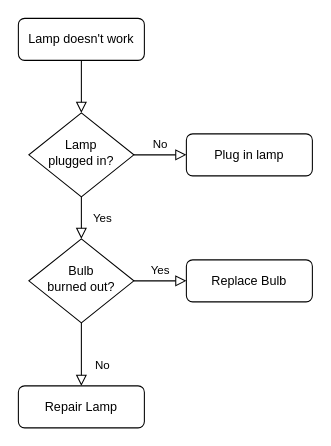
Above: Call Flow ECOSOLID : cas de l'admin.drawio in Elsa224/allVS_CODE (draw.io), before the change. Source tidied: cells renumbered, new cells numbered last; positions are measured from the earlier drawing's top-left corner, leaving out a move shared by most shapes. Both pictures are drawn from the tidied source at 105%, with x=0, y=0 at pixel (18, 18).
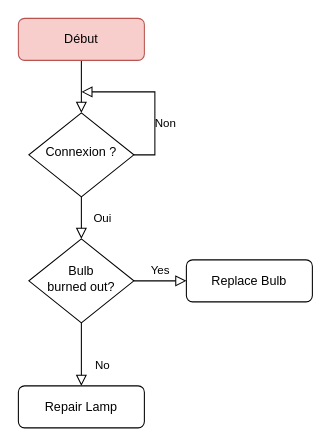
The same page after the edit.

What changed in the source:
```diff
@@
 <mxGraphModel>
   <root>
     <mxCell id="0" />
     <mxCell id="1" parent="0" />
     <mxCell id="2" style="rounded=0;html=1;jettySize=auto;fontSize=11;endArrow=block;endFill=0;endSize=8;strokeWidth=1;shadow=0;labelBackgroundColor=none;edgeStyle=orthogonalEdgeStyle;" parent="1" edge="1" source="3" target="6">
       <mxGeometry relative="1" as="geometry" />
     </mxCell>
-    <mxCell id="3" value="Lamp doesn't work" style="rounded=1;whiteSpace=wrap;html=1;fontSize=12;glass=0;strokeWidth=1;shadow=0;" parent="1" vertex="1">
+    <mxCell id="3" value="Début" style="rounded=1;whiteSpace=wrap;html=1;fontSize=12;glass=0;strokeWidth=1;shadow=0;fillColor=#f8cecc;strokeColor=#b85450;" parent="1" vertex="1">
       <mxGeometry width="120" height="40" as="geometry" />
     </mxCell>
-    <mxCell id="4" value="Yes" style="rounded=0;html=1;jettySize=auto;fontSize=11;endArrow=block;endFill=0;endSize=8;strokeWidth=1;shadow=0;labelBackgroundColor=none;edgeStyle=orthogonalEdgeStyle;" parent="1" edge="1" source="6" target="10">
+    <mxCell id="4" value="Oui" style="rounded=0;html=1;jettySize=auto;fontSize=11;endArrow=block;endFill=0;endSize=8;strokeWidth=1;shadow=0;labelBackgroundColor=none;edgeStyle=orthogonalEdgeStyle;" parent="1" edge="1" source="6" target="10">
       <mxGeometry y="20" relative="1" as="geometry" />
     </mxCell>
-    <mxCell id="5" value="No" style="edgeStyle=orthogonalEdgeStyle;rounded=0;html=1;jettySize=auto;fontSize=11;endArrow=block;endFill=0;endSize=8;strokeWidth=1;shadow=0;labelBackgroundColor=none;" parent="1" edge="1" source="6" target="7">
-      <mxGeometry y="10" relative="1" as="geometry" />
+    <mxCell id="5" value="Non" style="edgeStyle=orthogonalEdgeStyle;rounded=0;html=1;jettySize=auto;fontSize=11;endArrow=block;endFill=0;endSize=8;strokeWidth=1;shadow=0;labelBackgroundColor=none;" parent="1" edge="1" source="6">
+      <mxGeometry x="-0.33" y="-10" relative="1" as="geometry">
+        <mxPoint x="60" y="70" as="targetPoint" />
+        <Array as="points">
+          <mxPoint x="130" y="130" />
+          <mxPoint x="130" y="70" />
+        </Array>
+      </mxGeometry>
     </mxCell>
-    <mxCell id="6" value="Lamp&lt;br&gt;plugged in?" style="rhombus;whiteSpace=wrap;html=1;shadow=0;fontFamily=Helvetica;fontSize=12;align=center;strokeWidth=1;spacing=6;spacingTop=-4;" parent="1" vertex="1">
+    <mxCell id="6" value="Connexion ?" style="rhombus;whiteSpace=wrap;html=1;shadow=0;fontFamily=Helvetica;fontSize=12;align=center;strokeWidth=1;spacing=6;spacingTop=-4;" parent="1" vertex="1">
       <mxGeometry x="10" y="90" width="100" height="80" as="geometry" />
     </mxCell>
-    <mxCell id="7" value="Plug in lamp" style="rounded=1;whiteSpace=wrap;html=1;fontSize=12;glass=0;strokeWidth=1;shadow=0;" parent="1" vertex="1">
-      <mxGeometry x="160" y="110" width="120" height="40" as="geometry" />
-    </mxCell>
     <mxCell id="8" value="No" style="rounded=0;html=1;jettySize=auto;fontSize=11;endArrow=block;endFill=0;endSize=8;strokeWidth=1;shadow=0;labelBackgroundColor=none;edgeStyle=orthogonalEdgeStyle;" parent="1" edge="1" source="10" target="11">
       <mxGeometry x="0.33" y="20" relative="1" as="geometry" />
     </mxCell>
     <mxCell id="9" value="Yes" style="edgeStyle=orthogonalEdgeStyle;rounded=0;html=1;jettySize=auto;fontSize=11;endArrow=block;endFill=0;endSize=8;strokeWidth=1;shadow=0;labelBackgroundColor=none;" parent="1" edge="1" source="10" target="12">
       <mxGeometry y="10" relative="1" as="geometry" />
     </mxCell>
     <mxCell id="10" value="Bulb&lt;br&gt;burned out?" style="rhombus;whiteSpace=wrap;html=1;shadow=0;fontFamily=Helvetica;fontSize=12;align=center;strokeWidth=1;spacing=6;spacingTop=-4;" parent="1" vertex="1">
       <mxGeometry x="10" y="210" width="100" height="80" as="geometry" />
     </mxCell>
     <mxCell id="11" value="Repair Lamp" style="rounded=1;whiteSpace=wrap;html=1;fontSize=12;glass=0;strokeWidth=1;shadow=0;" parent="1" vertex="1">
       <mxGeometry y="350" width="120" height="40" as="geometry" />
     </mxCell>
     <mxCell id="12" value="Replace Bulb" style="rounded=1;whiteSpace=wrap;html=1;fontSize=12;glass=0;strokeWidth=1;shadow=0;" parent="1" vertex="1">
       <mxGeometry x="160" y="230" width="120" height="40" as="geometry" />
     </mxCell>
   </root>
 </mxGraphModel>
```
